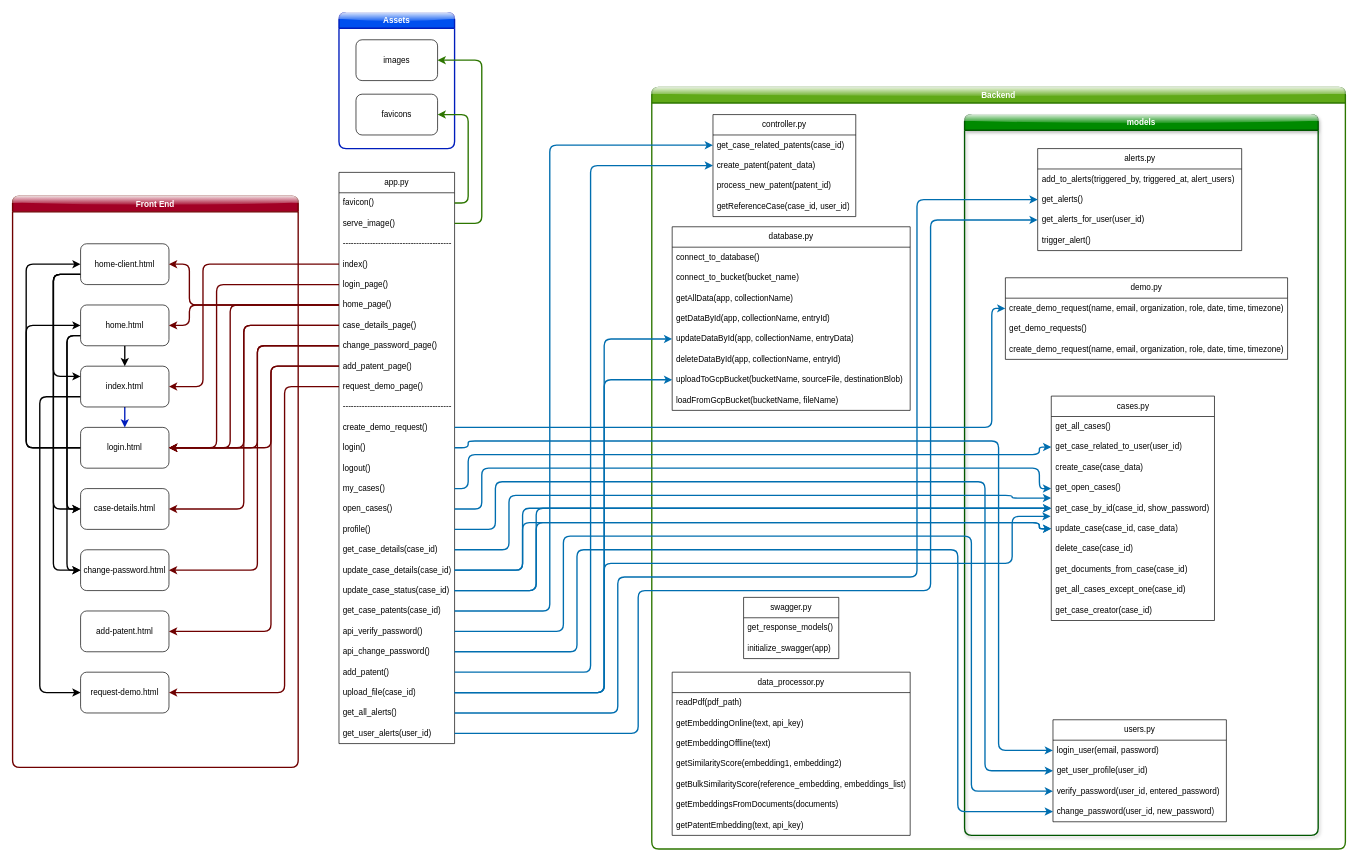
This is Assets/Function Relations.drawio from punnoose-1620/patent-gap, a draw.io file, before an edit. Source tidied: cells renumbered, new cells numbered last; positions are measured from the earlier drawing's top-left corner, leaving out a move shared by most shapes. Both pictures are drawn from the tidied source at 68%, with x=0, y=0 at pixel (12, 12).
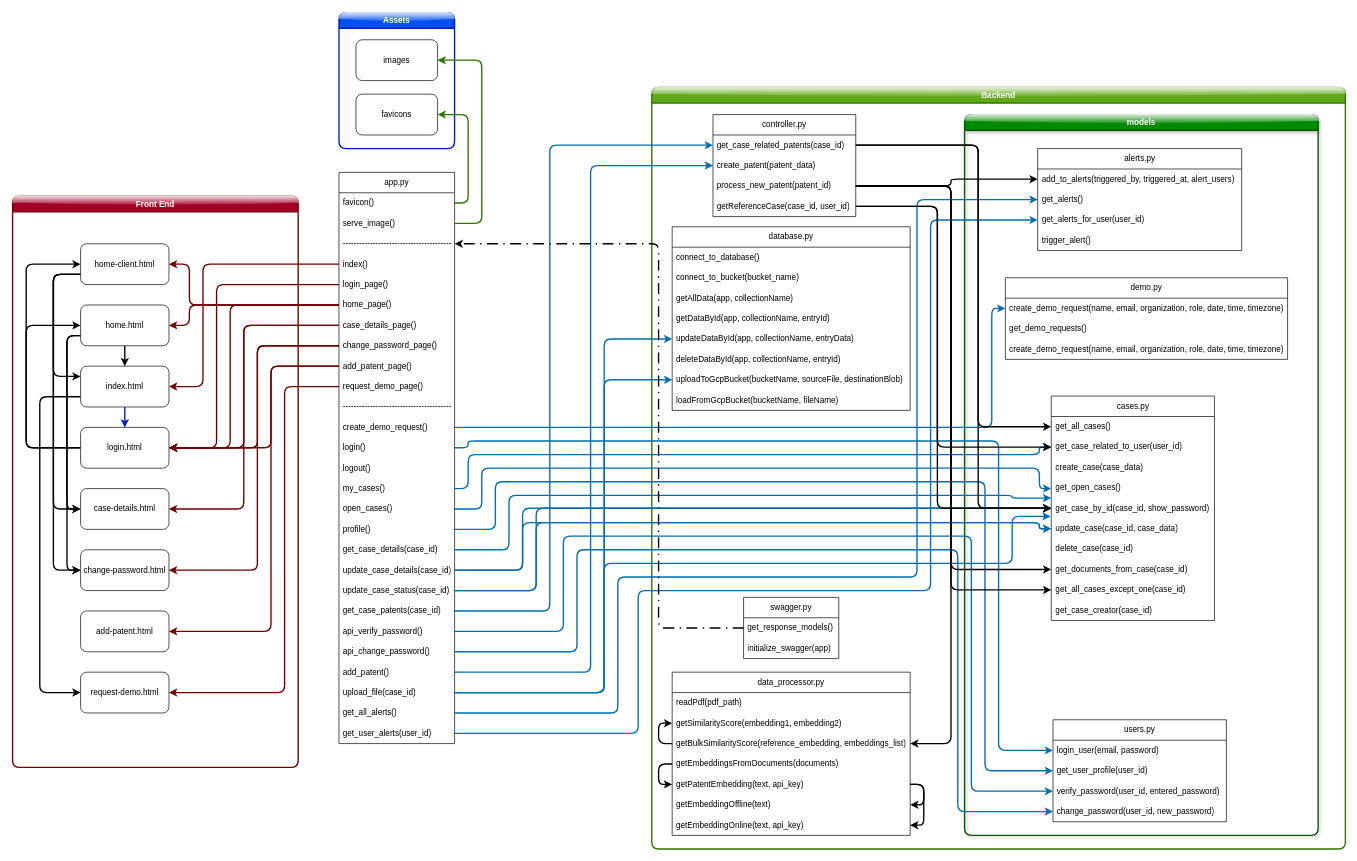
After the change.

Commit message:
Added Internal Connections for non-model backend files

The change refers to these unchanged cells:
```xml
<mxCell id="5" value="----------------------------------------" style="text;strokeColor=none;fillColor=none;align=left;verticalAlign=middle;spacingLeft=4;spacingRight=4;overflow=hidden;points=[[0,0.5],[1,0.5]];portConstraint=eastwest;whiteSpace=wrap;html=1;" parent="2" vertex="1">
  <mxGeometry y="90" width="170" height="30" as="geometry" />
</mxCell>
<mxCell id="31" value="get_case_related_patents(case_id)" style="text;strokeColor=none;fillColor=none;align=left;verticalAlign=middle;spacingLeft=4;spacingRight=4;overflow=hidden;points=[[0,0.5],[1,0.5]];portConstraint=eastwest;whiteSpace=wrap;html=1;" parent="30" vertex="1">
  <mxGeometry y="30" width="210" height="30" as="geometry" />
</mxCell>
<mxCell id="33" value="process_new_patent(patent_id)" style="text;strokeColor=none;fillColor=none;align=left;verticalAlign=middle;spacingLeft=4;spacingRight=4;overflow=hidden;points=[[0,0.5],[1,0.5]];portConstraint=eastwest;whiteSpace=wrap;html=1;" parent="30" vertex="1">
  <mxGeometry y="90" width="210" height="30" as="geometry" />
</mxCell>
<mxCell id="34" value="getReferenceCase(case_id, user_id)" style="text;strokeColor=none;fillColor=none;align=left;verticalAlign=middle;spacingLeft=4;spacingRight=4;overflow=hidden;points=[[0,0.5],[1,0.5]];portConstraint=eastwest;whiteSpace=wrap;html=1;" parent="30" vertex="1">
  <mxGeometry y="120" width="210" height="30" as="geometry" />
</mxCell>
<mxCell id="36" value="add_to_alerts(triggered_by, triggered_at, alert_users)" style="text;strokeColor=none;fillColor=none;align=left;verticalAlign=middle;spacingLeft=4;spacingRight=4;overflow=hidden;points=[[0,0.5],[1,0.5]];portConstraint=eastwest;whiteSpace=wrap;html=1;" parent="35" vertex="1">
  <mxGeometry y="30" width="300" height="30" as="geometry" />
</mxCell>
<mxCell id="47" value="swagger.py" style="swimlane;fontStyle=0;horizontal=1;startSize=30;whiteSpace=wrap;html=1;" parent="46" vertex="1">
  <mxGeometry x="135" y="750" width="140" height="90" as="geometry" />
</mxCell>
<mxCell id="50" value="data_processor.py" style="swimlane;fontStyle=0;horizontal=1;startSize=30;whiteSpace=wrap;html=1;" parent="46" vertex="1">
  <mxGeometry x="30" y="860" width="350" height="240" as="geometry" />
</mxCell>
<mxCell id="63" value="get_all_cases()" style="text;strokeColor=none;fillColor=none;align=left;verticalAlign=middle;spacingLeft=4;spacingRight=4;overflow=hidden;points=[[0,0.5],[1,0.5]];portConstraint=eastwest;whiteSpace=wrap;html=1;" parent="62" vertex="1">
  <mxGeometry y="30" width="240" height="30" as="geometry" />
</mxCell>
<mxCell id="64" value="get_case_related_to_user(user_id)" style="text;strokeColor=none;fillColor=none;align=left;verticalAlign=middle;spacingLeft=4;spacingRight=4;overflow=hidden;points=[[0,0.5],[1,0.5]];portConstraint=eastwest;whiteSpace=wrap;html=1;" parent="62" vertex="1">
  <mxGeometry y="60" width="240" height="30" as="geometry" />
</mxCell>
<mxCell id="67" value="get_case_by_id(case_id, show_password)" style="text;strokeColor=none;fillColor=none;align=left;verticalAlign=middle;spacingLeft=4;spacingRight=4;overflow=hidden;points=[[0,0.5],[1,0.5]];portConstraint=eastwest;whiteSpace=wrap;html=1;" parent="62" vertex="1">
  <mxGeometry y="150" width="240" height="30" as="geometry" />
</mxCell>
<mxCell id="70" value="get_documents_from_case(case_id)" style="text;strokeColor=none;fillColor=none;align=left;verticalAlign=middle;spacingLeft=4;spacingRight=4;overflow=hidden;points=[[0,0.5],[1,0.5]];portConstraint=eastwest;whiteSpace=wrap;html=1;" parent="62" vertex="1">
  <mxGeometry y="240" width="240" height="30" as="geometry" />
</mxCell>
<mxCell id="71" value="get_all_cases_except_one(case_id)" style="text;strokeColor=none;fillColor=none;align=left;verticalAlign=middle;spacingLeft=4;spacingRight=4;overflow=hidden;points=[[0,0.5],[1,0.5]];portConstraint=eastwest;whiteSpace=wrap;html=1;" parent="62" vertex="1">
  <mxGeometry y="270" width="240" height="30" as="geometry" />
</mxCell>
```

What changed in the source:
```diff
@@
+    <mxCell id="54" value="getSimilarityScore(embedding1, embedding2)" style="text;strokeColor=none;fillColor=none;align=left;verticalAlign=middle;spacingLeft=4;spacingRight=4;overflow=hidden;points=[[0,0.5],[1,0.5]];portConstraint=eastwest;whiteSpace=wrap;html=1;" parent="50" vertex="1">
+      <mxGeometry y="60" width="350" height="30" as="geometry" />
+    </mxCell>
+    <mxCell id="137" style="edgeStyle=orthogonalEdgeStyle;rounded=1;jettySize=auto;html=1;exitX=0;exitY=0.5;exitDx=0;exitDy=0;entryX=0;entryY=0.5;entryDx=0;entryDy=0;curved=0;strokeWidth=2;strokeColor=light-dark(#000000,#6600CC);" parent="50" edge="1" source="55" target="54">
+      <mxGeometry relative="1" as="geometry">
+        <Array as="points">
+          <mxPoint x="-20" y="105" />
+          <mxPoint x="-20" y="75" />
+        </Array>
+      </mxGeometry>
+    </mxCell>
+    <mxCell id="55" value="getBulkSimilarityScore(reference_embedding, embeddings_list)" style="text;strokeColor=none;fillColor=none;align=left;verticalAlign=middle;spacingLeft=4;spacingRight=4;overflow=hidden;points=[[0,0.5],[1,0.5]];portConstraint=eastwest;whiteSpace=wrap;html=1;" parent="50" vertex="1">
+      <mxGeometry y="90" width="350" height="30" as="geometry" />
+    </mxCell>
+    <mxCell id="138" style="edgeStyle=orthogonalEdgeStyle;rounded=1;jettySize=auto;html=1;exitX=0;exitY=0.5;exitDx=0;exitDy=0;entryX=0;entryY=0.5;entryDx=0;entryDy=0;strokeColor=light-dark(#000000,#6600CC);curved=0;strokeWidth=2;" parent="50" edge="1" source="56" target="57">
+      <mxGeometry relative="1" as="geometry">
+        <Array as="points">
+          <mxPoint x="-20" y="135" />
+          <mxPoint x="-20" y="165" />
+        </Array>
+      </mxGeometry>
+    </mxCell>
+    <mxCell id="56" value="getEmbeddingsFromDocuments(documents)" style="text;strokeColor=none;fillColor=none;align=left;verticalAlign=middle;spacingLeft=4;spacingRight=4;overflow=hidden;points=[[0,0.5],[1,0.5]];portConstraint=eastwest;whiteSpace=wrap;html=1;" parent="50" vertex="1">
+      <mxGeometry y="120" width="350" height="30" as="geometry" />
+    </mxCell>
+    <mxCell id="139" style="edgeStyle=orthogonalEdgeStyle;rounded=1;jettySize=auto;html=1;exitX=1;exitY=0.5;exitDx=0;exitDy=0;entryX=1;entryY=0.5;entryDx=0;entryDy=0;strokeColor=light-dark(#000000,#6600CC);curved=0;strokeWidth=2;" parent="50" edge="1" source="57" target="53">
+      <mxGeometry relative="1" as="geometry">
+        <Array as="points">
+          <mxPoint x="370" y="165" />
+          <mxPoint x="370" y="195" />
+        </Array>
+      </mxGeometry>
+    </mxCell>
+    <mxCell id="140" style="edgeStyle=orthogonalEdgeStyle;rounded=1;jettySize=auto;html=1;exitX=1;exitY=0.5;exitDx=0;exitDy=0;entryX=1;entryY=0.5;entryDx=0;entryDy=0;strokeColor=light-dark(#000000,#6600CC);curved=0;strokeWidth=2;" parent="50" edge="1" source="57" target="52">
+      <mxGeometry relative="1" as="geometry" />
+    </mxCell>
+    <mxCell id="57" value="getPatentEmbedding(text, api_key)" style="text;strokeColor=none;fillColor=none;align=left;verticalAlign=middle;spacingLeft=4;spacingRight=4;overflow=hidden;points=[[0,0.5],[1,0.5]];portConstraint=eastwest;whiteSpace=wrap;html=1;" parent="50" vertex="1">
+      <mxGeometry y="150" width="350" height="30" as="geometry" />
+    </mxCell>
+    <mxCell id="53" value="getEmbeddingOffline(text)" style="text;strokeColor=none;fillColor=none;align=left;verticalAlign=middle;spacingLeft=4;spacingRight=4;overflow=hidden;points=[[0,0.5],[1,0.5]];portConstraint=eastwest;whiteSpace=wrap;html=1;" parent="50" vertex="1">
+      <mxGeometry y="180" width="350" height="30" as="geometry" />
+    </mxCell>
     <mxCell id="52" value="getEmbeddingOnline(text, api_key)" style="text;strokeColor=none;fillColor=none;align=left;verticalAlign=middle;spacingLeft=4;spacingRight=4;overflow=hidden;points=[[0,0.5],[1,0.5]];portConstraint=eastwest;whiteSpace=wrap;html=1;" parent="50" vertex="1">
-      <mxGeometry y="60" width="350" height="30" as="geometry" />
+      <mxGeometry y="210" width="350" height="30" as="geometry" />
     </mxCell>
-    <mxCell id="53" value="getEmbeddingOffline(text)" style="text;strokeColor=none;fillColor=none;align=left;verticalAlign=middle;spacingLeft=4;spacingRight=4;overflow=hidden;points=[[0,0.5],[1,0.5]];portConstraint=eastwest;whiteSpace=wrap;html=1;" parent="50" vertex="1">
-      <mxGeometry y="90" width="350" height="30" as="geometry" />
-    </mxCell>
-    <mxCell id="54" value="getSimilarityScore(embedding1, embedding2)" style="text;strokeColor=none;fillColor=none;align=left;verticalAlign=middle;spacingLeft=4;spacingRight=4;overflow=hidden;points=[[0,0.5],[1,0.5]];portConstraint=eastwest;whiteSpace=wrap;html=1;" parent="50" vertex="1">
-      <mxGeometry y="120" width="350" height="30" as="geometry" />
-    </mxCell>
-    <mxCell id="55" value="getBulkSimilarityScore(reference_embedding, embeddings_list)" style="text;strokeColor=none;fillColor=none;align=left;verticalAlign=middle;spacingLeft=4;spacingRight=4;overflow=hidden;points=[[0,0.5],[1,0.5]];portConstraint=eastwest;whiteSpace=wrap;html=1;" parent="50" vertex="1">
-      <mxGeometry y="150" width="350" height="30" as="geometry" />
-    </mxCell>
-    <mxCell id="56" value="getEmbeddingsFromDocuments(documents)" style="text;strokeColor=none;fillColor=none;align=left;verticalAlign=middle;spacingLeft=4;spacingRight=4;overflow=hidden;points=[[0,0.5],[1,0.5]];portConstraint=eastwest;whiteSpace=wrap;html=1;" parent="50" vertex="1">
-      <mxGeometry y="180" width="350" height="30" as="geometry" />
-    </mxCell>
-    <mxCell id="57" value="getPatentEmbedding(text, api_key)" style="text;strokeColor=none;fillColor=none;align=left;verticalAlign=middle;spacingLeft=4;spacingRight=4;overflow=hidden;points=[[0,0.5],[1,0.5]];portConstraint=eastwest;whiteSpace=wrap;html=1;" parent="50" vertex="1">
-      <mxGeometry y="210" width="350" height="30" as="geometry" />
-    </mxCell>
@@
+    <mxCell id="141" style="edgeStyle=orthogonalEdgeStyle;rounded=1;jettySize=auto;html=1;exitX=1;exitY=0.5;exitDx=0;exitDy=0;entryX=0;entryY=0.5;entryDx=0;entryDy=0;curved=0;strokeWidth=2;strokeColor=light-dark(#000000,#6600CC);" parent="1" edge="1" source="31" target="63">
+      <mxGeometry relative="1" as="geometry">
+        <Array as="points">
+          <mxPoint x="1420" y="195" />
+          <mxPoint x="1420" y="609" />
+        </Array>
+      </mxGeometry>
+    </mxCell>
+    <mxCell id="142" style="edgeStyle=orthogonalEdgeStyle;rounded=1;jettySize=auto;html=1;exitX=1;exitY=0.5;exitDx=0;exitDy=0;entryX=0;entryY=0.5;entryDx=0;entryDy=0;curved=0;strokeWidth=2;strokeColor=light-dark(#000000,#6600CC);" parent="1" edge="1" source="31" target="67">
+      <mxGeometry relative="1" as="geometry">
+        <Array as="points">
+          <mxPoint x="1420" y="195" />
+          <mxPoint x="1420" y="729" />
+        </Array>
+      </mxGeometry>
+    </mxCell>
+    <mxCell id="143" style="edgeStyle=orthogonalEdgeStyle;rounded=1;jettySize=auto;html=1;exitX=1;exitY=0.5;exitDx=0;exitDy=0;entryX=0;entryY=0.5;entryDx=0;entryDy=0;strokeColor=light-dark(#000000,#6600CC);curved=0;strokeWidth=2;" parent="1" edge="1" source="33" target="70">
+      <mxGeometry relative="1" as="geometry">
+        <Array as="points">
+          <mxPoint x="1380" y="255" />
+          <mxPoint x="1380" y="819" />
+        </Array>
+      </mxGeometry>
+    </mxCell>
+    <mxCell id="144" style="edgeStyle=orthogonalEdgeStyle;rounded=1;jettySize=auto;html=1;exitX=1;exitY=0.5;exitDx=0;exitDy=0;entryX=0;entryY=0.5;entryDx=0;entryDy=0;strokeColor=light-dark(#000000,#6600CC);curved=0;strokeWidth=2;" parent="1" edge="1" source="33" target="71">
+      <mxGeometry relative="1" as="geometry">
+        <Array as="points">
+          <mxPoint x="1380" y="255" />
+          <mxPoint x="1380" y="849" />
+        </Array>
+      </mxGeometry>
+    </mxCell>
+    <mxCell id="145" style="edgeStyle=orthogonalEdgeStyle;rounded=1;jettySize=auto;html=1;exitX=1;exitY=0.5;exitDx=0;exitDy=0;entryX=1;entryY=0.5;entryDx=0;entryDy=0;strokeColor=light-dark(#000000,#6600CC);curved=0;strokeWidth=2;" parent="1" edge="1" source="33" target="55">
+      <mxGeometry relative="1" as="geometry">
+        <Array as="points">
+          <mxPoint x="1380" y="255" />
+          <mxPoint x="1380" y="1075" />
+        </Array>
+      </mxGeometry>
+    </mxCell>
+    <mxCell id="146" style="edgeStyle=orthogonalEdgeStyle;rounded=1;jettySize=auto;html=1;exitX=1;exitY=0.5;exitDx=0;exitDy=0;entryX=0;entryY=0.5;entryDx=0;entryDy=0;strokeColor=light-dark(#000000,#6600CC);curved=0;strokeWidth=2;" parent="1" edge="1" source="33" target="36">
+      <mxGeometry relative="1" as="geometry">
+        <Array as="points">
+          <mxPoint x="1380" y="255" />
+          <mxPoint x="1380" y="245" />
+        </Array>
+      </mxGeometry>
+    </mxCell>
+    <mxCell id="147" style="edgeStyle=orthogonalEdgeStyle;rounded=1;jettySize=auto;html=1;exitX=1;exitY=0.5;exitDx=0;exitDy=0;entryX=0;entryY=0.5;entryDx=0;entryDy=0;strokeColor=light-dark(#000000,#6600CC);curved=0;strokeWidth=2;" parent="1" edge="1" source="34" target="67">
+      <mxGeometry relative="1" as="geometry">
+        <Array as="points">
+          <mxPoint x="1360" y="285" />
+          <mxPoint x="1360" y="729" />
+        </Array>
+      </mxGeometry>
+    </mxCell>
+    <mxCell id="148" style="edgeStyle=orthogonalEdgeStyle;rounded=1;jettySize=auto;html=1;exitX=1;exitY=0.5;exitDx=0;exitDy=0;entryX=0;entryY=0.5;entryDx=0;entryDy=0;strokeColor=light-dark(#000000,#6600CC);curved=0;strokeWidth=2;" parent="1" edge="1" source="34" target="64">
+      <mxGeometry relative="1" as="geometry">
+        <Array as="points">
+          <mxPoint x="1360" y="285" />
+          <mxPoint x="1360" y="639" />
+        </Array>
+      </mxGeometry>
+    </mxCell>
+    <mxCell id="149" style="edgeStyle=orthogonalEdgeStyle;rounded=1;jettySize=auto;html=1;entryX=1;entryY=0.5;entryDx=0;entryDy=0;curved=0;dashed=1;dashPattern=8 4 1 4;strokeWidth=2;strokeColor=light-dark(#000000,#CC6600);" parent="1" edge="1" source="47" target="5">
+      <mxGeometry relative="1" as="geometry">
+        <Array as="points">
+          <mxPoint x="950" y="905" />
+          <mxPoint x="950" y="340" />
+        </Array>
+      </mxGeometry>
+    </mxCell>
```
